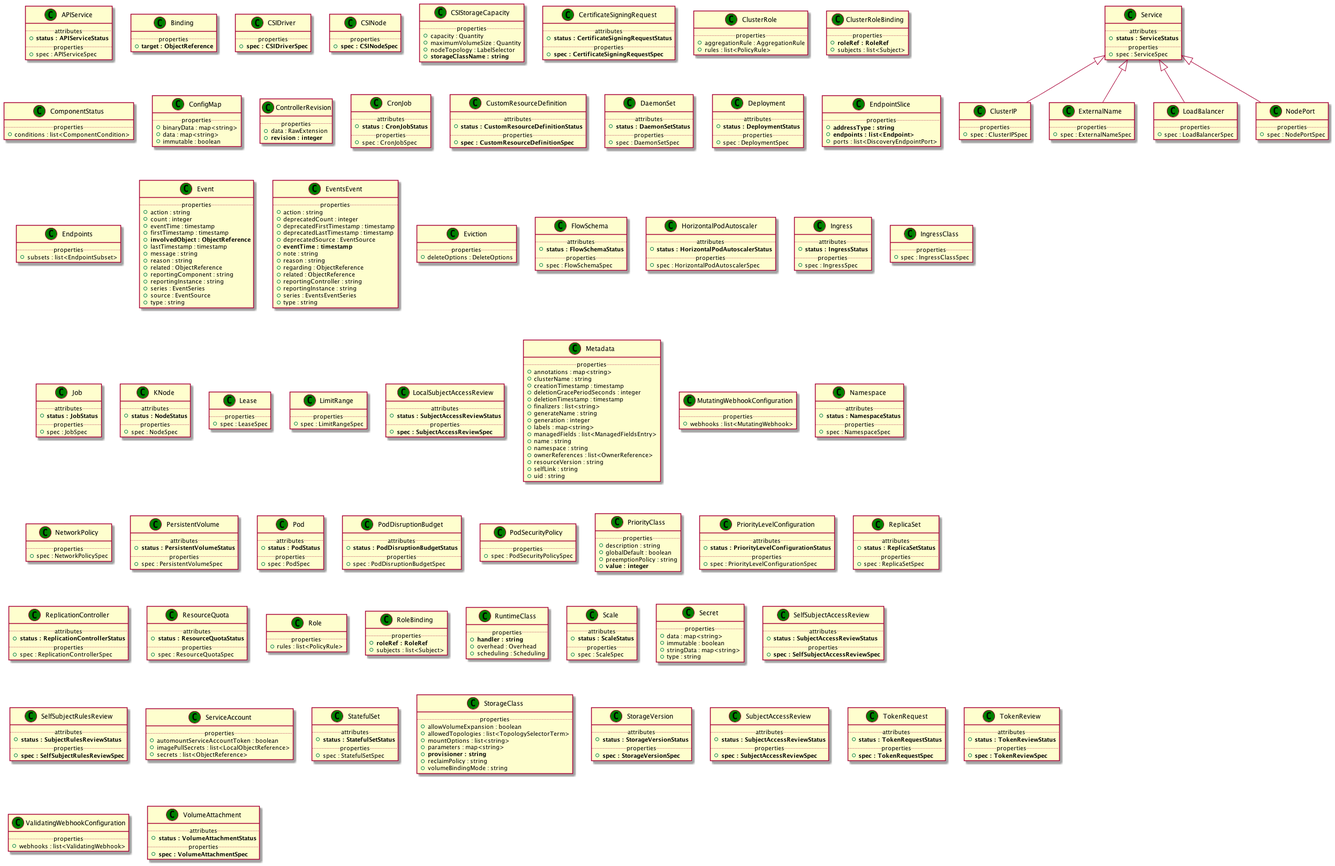
Above: examples/Turandot/diagrams/uml2/main-assets-tosca-profiles-kubernetes-1.0-capabilities-uml2-class-diagram.png in Orange-OpenSource/Cloudnet-TOSCA-toolbox (PlantUML), before the change.
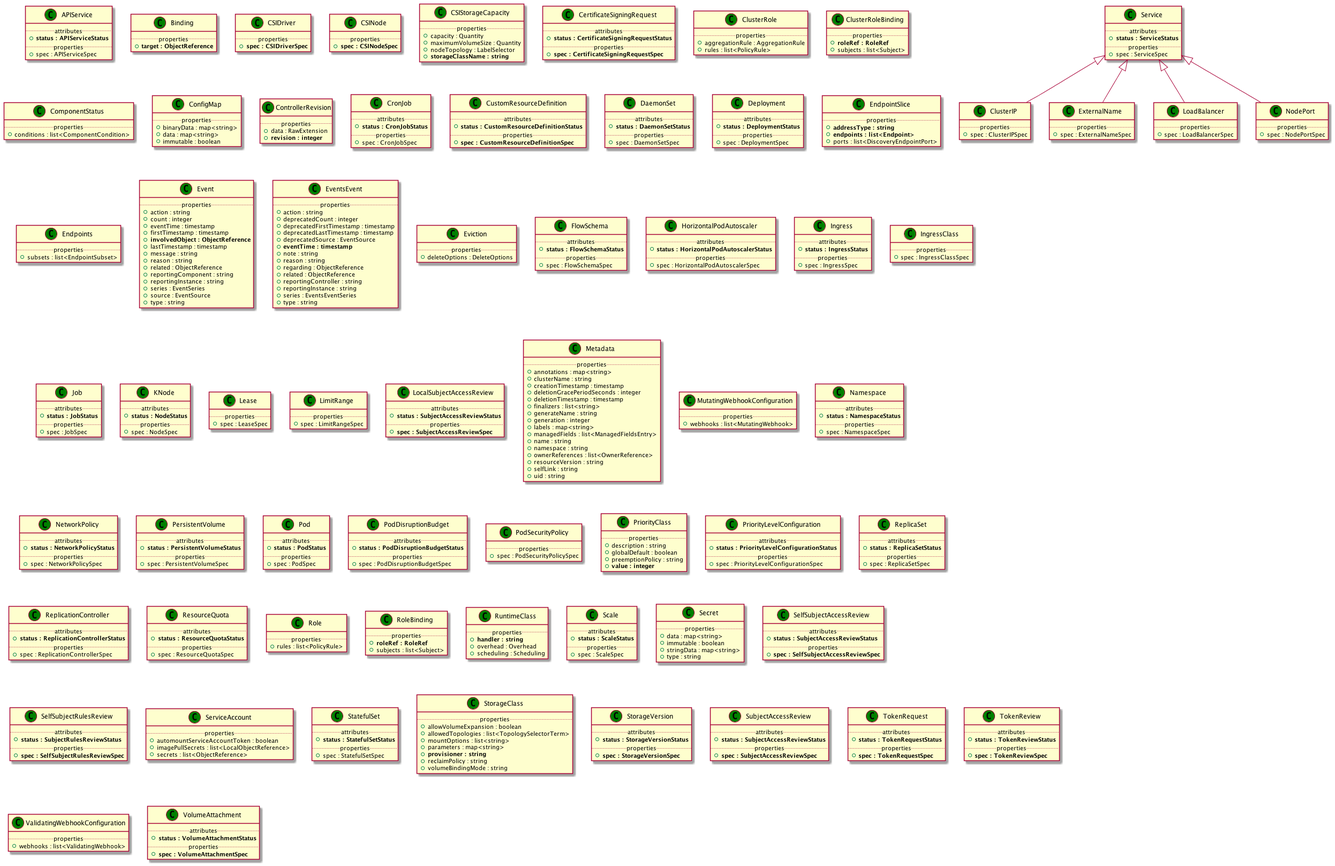
Above is the later version.

Change to the diagram source:
```diff
@@ -218,6 +218,8 @@
 +spec : NamespaceSpec
 }
 class "NetworkPolicy" as NetworkPolicy_CT << (C,green) >> {
+.. attributes ..
++<b>status : NetworkPolicyStatus
 .. properties ..
 +spec : NetworkPolicySpec
 }
```
